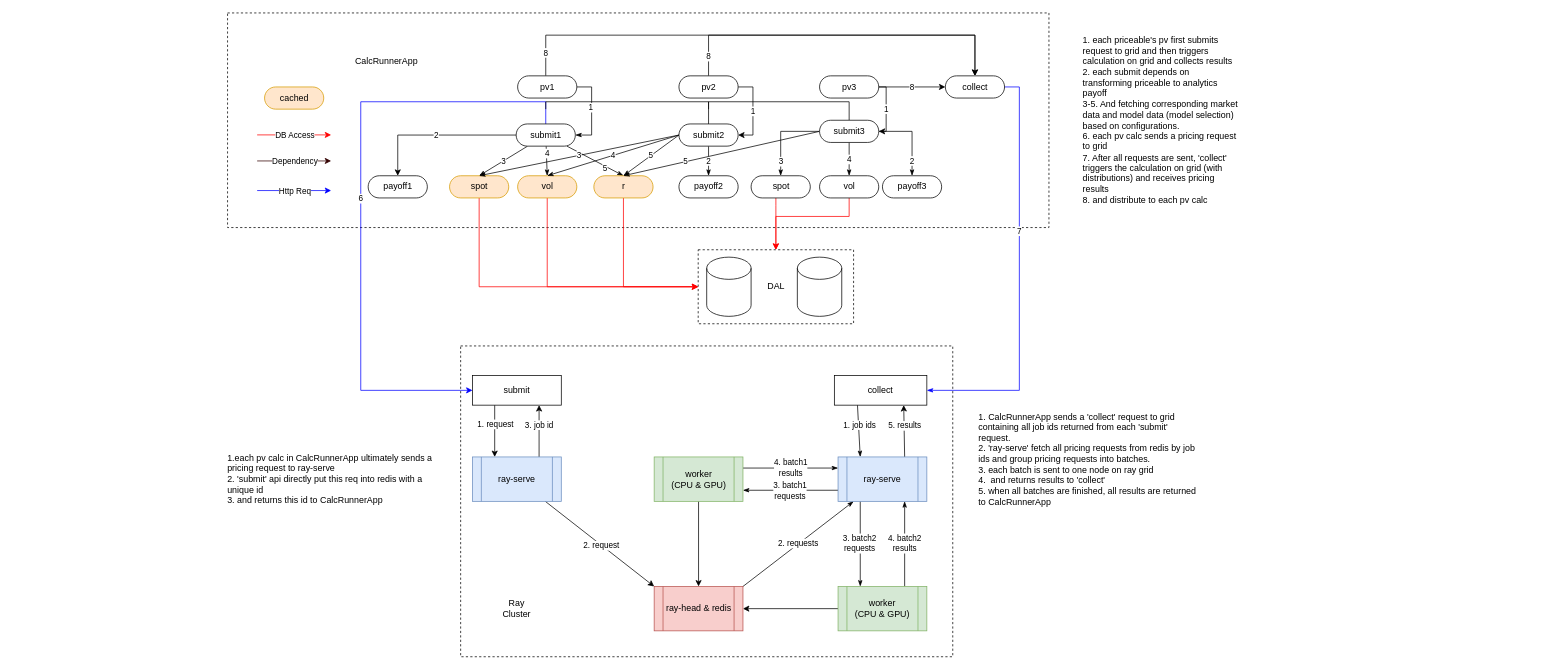
The draw.io diagram page "Copy of calc" (9 of 16) of quant-dev-platform.drawio in blshao84/VaRReportingSys, before the edit. Source tidied: cells renumbered, new cells numbered last; positions are measured from the earlier drawing's top-left corner, leaving out a move shared by most shapes. Both pictures are drawn from the tidied source at 74%, with x=0, y=0 at pixel (226, 13).
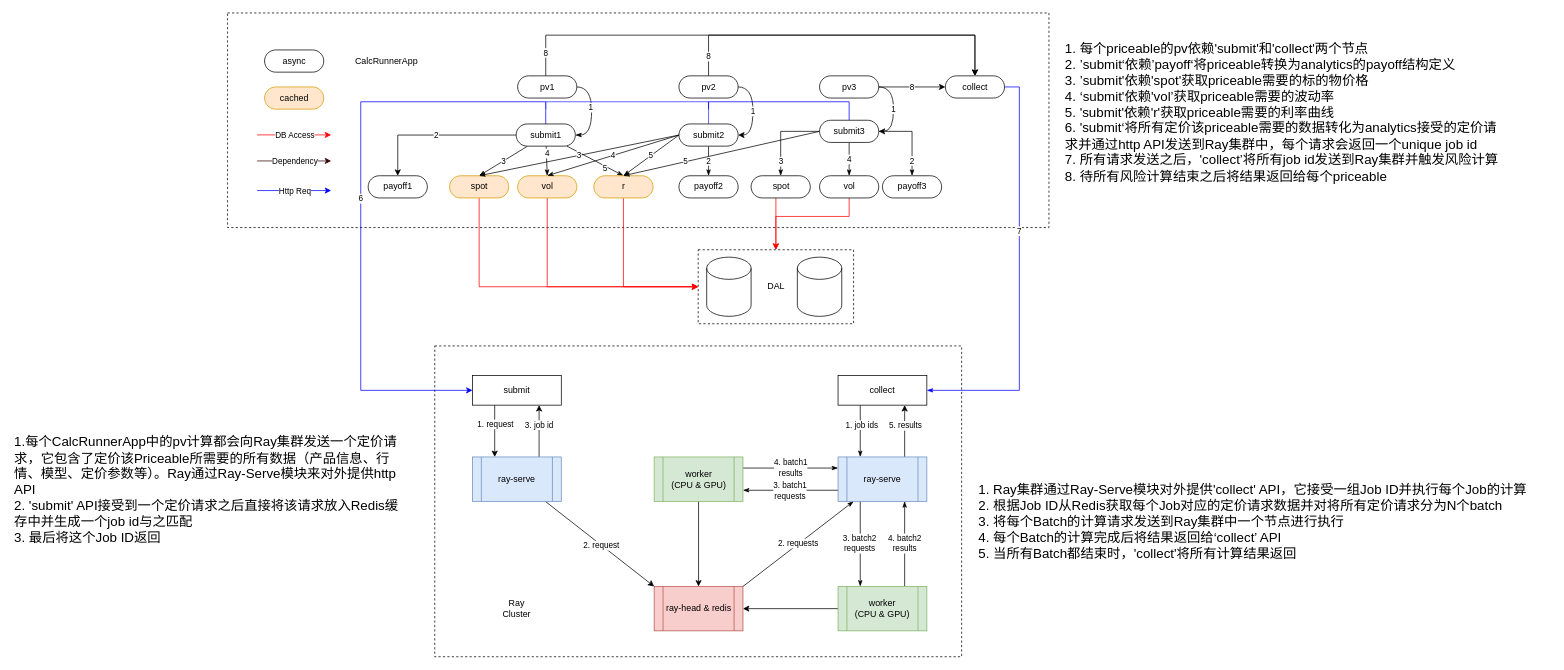
Above is the later version.

Unchanged cells that the change refers to:
```xml
<mxCell id="34" value="pv1" style="html=1;dashed=0;whitespace=wrap;shape=mxgraph.dfd.start;" parent="1" vertex="1">
  <mxGeometry x="394" y="85" width="80" height="30" as="geometry" />
</mxCell>
<mxCell id="42" value="submit1" style="html=1;dashed=0;whitespace=wrap;shape=mxgraph.dfd.start;" parent="1" vertex="1">
  <mxGeometry x="392" y="150" width="80" height="30" as="geometry" />
</mxCell>
<mxCell id="51" value="pv2" style="html=1;dashed=0;whitespace=wrap;shape=mxgraph.dfd.start;" parent="1" vertex="1">
  <mxGeometry x="612" y="85" width="80" height="30" as="geometry" />
</mxCell>
<mxCell id="57" value="submit2" style="html=1;dashed=0;whitespace=wrap;shape=mxgraph.dfd.start;" parent="1" vertex="1">
  <mxGeometry x="612" y="150" width="80" height="30" as="geometry" />
</mxCell>
<mxCell id="60" value="pv3" style="html=1;dashed=0;whitespace=wrap;shape=mxgraph.dfd.start;" parent="1" vertex="1">
  <mxGeometry x="802" y="85" width="80" height="30" as="geometry" />
</mxCell>
<mxCell id="66" value="submit3" style="html=1;dashed=0;whitespace=wrap;shape=mxgraph.dfd.start;" parent="1" vertex="1">
  <mxGeometry x="802" y="145" width="80" height="30" as="geometry" />
</mxCell>
```

The edit, as a diff of the source:
```diff
@@
     <mxCell id="3" style="html=1;dashed=1;whitespace=wrap;" parent="1" vertex="1">
-      <mxGeometry x="317" y="450" width="665" height="420" as="geometry" />
+      <mxGeometry x="282" y="450" width="712" height="420" as="geometry" />
     </mxCell>
@@
     <mxCell id="29" value="collect" style="rounded=0;whiteSpace=wrap;html=1;" parent="1" vertex="1">
-      <mxGeometry x="822" y="490" width="125" height="40" as="geometry" />
+      <mxGeometry x="827" y="490" width="120" height="40" as="geometry" />
     </mxCell>
@@
-    <mxCell id="31" style="edgeStyle=orthogonalEdgeStyle;rounded=0;jettySize=auto;html=1;entryX=1;entryY=0.5;entryDx=0;entryDy=0;entryPerimeter=0;startArrow=none;startFill=0;endArrow=classicThin;endFill=1;exitX=1;exitY=0.5;exitDx=0;exitDy=0;exitPerimeter=0;" parent="1" edge="1" source="34" target="42">
+    <mxCell id="31" style="edgeStyle=orthogonalEdgeStyle;rounded=0;jettySize=auto;html=1;entryX=1;entryY=0.5;entryDx=0;entryDy=0;entryPerimeter=0;startArrow=none;startFill=0;endArrow=classicThin;endFill=1;exitX=1;exitY=0.5;exitDx=0;exitDy=0;exitPerimeter=0;curved=1;" parent="1" edge="1" source="34" target="42">
       <mxGeometry relative="1" as="geometry" />
     </mxCell>
@@
-    <mxCell id="50" value="1" style="edgeStyle=orthogonalEdgeStyle;rounded=0;jettySize=auto;html=1;entryX=1;entryY=0.5;entryDx=0;entryDy=0;entryPerimeter=0;" parent="1" edge="1" source="51" target="57">
-      <mxGeometry relative="1" as="geometry">
-        <Array as="points">
-          <mxPoint x="712" y="100" />
-          <mxPoint x="712" y="165" />
-        </Array>
-      </mxGeometry>
+    <mxCell id="50" value="1" style="edgeStyle=orthogonalEdgeStyle;rounded=0;jettySize=auto;html=1;entryX=1;entryY=0.5;entryDx=0;entryDy=0;entryPerimeter=0;curved=1;exitX=1;exitY=0.5;exitDx=0;exitDy=0;exitPerimeter=0;" parent="1" edge="1" source="51" target="57">
+      <mxGeometry relative="1" as="geometry" />
     </mxCell>
@@
-    <mxCell id="56" style="edgeStyle=orthogonalEdgeStyle;rounded=0;jettySize=auto;html=1;endArrow=none;endFill=0;" parent="1" edge="1" source="57">
+    <mxCell id="56" style="edgeStyle=orthogonalEdgeStyle;rounded=0;jettySize=auto;html=1;endArrow=none;endFill=0;strokeColor=#3333FF;" parent="1" edge="1" source="57">
       <mxGeometry relative="1" as="geometry">
         <mxPoint x="432" y="130" as="targetPoint" />
         <Array as="points">
           <mxPoint x="652" y="120" />
           <mxPoint x="432" y="120" />
         </Array>
       </mxGeometry>
     </mxCell>
@@
-    <mxCell id="59" value="1" style="edgeStyle=orthogonalEdgeStyle;rounded=0;jettySize=auto;html=1;entryX=1;entryY=0.5;entryDx=0;entryDy=0;entryPerimeter=0;" parent="1" edge="1" source="60" target="66">
-      <mxGeometry relative="1" as="geometry">
-        <Array as="points">
-          <mxPoint x="892" y="100" />
-          <mxPoint x="892" y="160" />
-        </Array>
-      </mxGeometry>
+    <mxCell id="59" value="1" style="edgeStyle=orthogonalEdgeStyle;rounded=0;jettySize=auto;html=1;entryX=1;entryY=0.5;entryDx=0;entryDy=0;entryPerimeter=0;curved=1;exitX=1;exitY=0.5;exitDx=0;exitDy=0;exitPerimeter=0;" parent="1" edge="1" source="60" target="66">
+      <mxGeometry relative="1" as="geometry" />
     </mxCell>
@@
-    <mxCell id="65" style="edgeStyle=orthogonalEdgeStyle;rounded=0;jettySize=auto;html=1;endArrow=none;endFill=0;exitX=0.5;exitY=0.5;exitDx=0;exitDy=-15;exitPerimeter=0;" parent="1" edge="1" source="66">
+    <mxCell id="65" style="edgeStyle=orthogonalEdgeStyle;rounded=0;jettySize=auto;html=1;endArrow=none;endFill=0;exitX=0.5;exitY=0.5;exitDx=0;exitDy=-15;exitPerimeter=0;strokeColor=#0000FF;" parent="1" edge="1" source="66">
       <mxGeometry relative="1" as="geometry">
         <mxPoint x="652" y="130" as="targetPoint" />
         <Array as="points">
           <mxPoint x="842" y="120" />
           <mxPoint x="652" y="120" />
         </Array>
       </mxGeometry>
     </mxCell>
@@
-    <mxCell id="76" value="1. each priceable's pv first submits request to grid and then triggers calculation on grid and collects results&lt;br&gt;2. each submit depends on transforming priceable to analytics payoff &lt;br&gt;3-5. And fetching corresponding market data and model data (model selection) based on configurations.&amp;nbsp;&lt;br&gt;6. each pv calc sends a pricing request to grid&lt;br&gt;7. After all requests are sent, 'collect' triggers the calculation on grid (with distributions) and receives pricing results&amp;nbsp;&lt;br&gt;8. and distribute to each pv calc" style="text;html=1;strokeColor=none;fillColor=none;align=left;verticalAlign=middle;whiteSpace=wrap;rounded=0;" parent="1" vertex="1">
-      <mxGeometry x="1156" y="20" width="215" height="250" as="geometry" />
+    <mxCell id="76" value="&lt;font style=&quot;font-size: 18px&quot;&gt;1. 每个priceable的pv依赖'submit'和'collect'两个节点&lt;br&gt;2. ’submit‘依赖’payoff‘将priceable转换为analytics的payoff结构定义&lt;br&gt;3. ’submit'依赖'spot'获取priceable需要的标的物价格&lt;br&gt;4. ‘submit'依赖'vol’获取priceable需要的波动率&lt;br&gt;5. 'submit'依赖'r'获取priceable需要的利率曲线&lt;br&gt;6. 'submit‘将所有定价该priceable需要的数据转化为analytics接受的定价请求并通过http API发送到Ray集群中，每个请求会返回一个unique job id&lt;br&gt;7. 所有请求发送之后，'collect’将所有job id发送到Ray集群并触发风险计算&lt;br&gt;8. 待所有风险计算结束之后将结果返回给每个priceable&lt;/font&gt;" style="text;html=1;strokeColor=none;fillColor=none;align=left;verticalAlign=middle;whiteSpace=wrap;rounded=0;" parent="1" vertex="1">
+      <mxGeometry x="1132" y="20" width="596" height="230" as="geometry" />
     </mxCell>
-    <mxCell id="77" value="1. CalcRunnerApp sends a 'collect' request to grid containing all job ids returned from each 'submit' request.&amp;nbsp;&lt;br&gt;2. 'ray-serve' fetch all pricing requests from redis by job ids and group pricing requests into batches.&amp;nbsp;&lt;br&gt;3. each batch is sent to one node on ray grid&lt;br&gt;4.&amp;nbsp; and returns results to 'collect'&lt;br&gt;5. when all batches are finished, all results are returned to CalcRunnerApp" style="text;html=1;strokeColor=none;fillColor=none;align=left;verticalAlign=middle;whiteSpace=wrap;rounded=0;" parent="1" vertex="1">
-      <mxGeometry x="1015" y="525" width="297" height="155" as="geometry" />
+    <mxCell id="77" value="&lt;font style=&quot;font-size: 18px&quot;&gt;1. Ray集群通过Ray-Serve模块对外提供'collect' API，它接受一组Job ID并执行每个Job的计算&lt;br&gt;2. 根据Job ID从Redis获取每个Job对应的定价请求数据并对将所有定价请求分为N个batch&lt;br&gt;3. 将每个Batch的计算请求发送到Ray集群中一个节点进行执行&lt;br&gt;4. 每个Batch的计算完成后将结果返回给‘collect’ API&lt;br&gt;5. 当所有Batch都结束时，'collect'将所有计算结果返回&lt;/font&gt;" style="text;html=1;strokeColor=none;fillColor=none;align=left;verticalAlign=middle;whiteSpace=wrap;rounded=0;" parent="1" vertex="1">
+      <mxGeometry x="1015" y="610" width="777" height="155" as="geometry" />
     </mxCell>
-    <mxCell id="78" value="1.each pv calc in CalcRunnerApp ultimately sends a pricing request to ray-serve&lt;br&gt;2. 'submit' api directly put this req into redis with a unique id&lt;br&gt;3. and returns this id to CalcRunnerApp" style="text;html=1;strokeColor=none;fillColor=none;align=left;verticalAlign=middle;whiteSpace=wrap;rounded=0;" parent="1" vertex="1">
-      <mxGeometry y="585" width="297" height="90" as="geometry" />
+    <mxCell id="78" value="&lt;font style=&quot;font-size: 18px&quot;&gt;1.每个CalcRunnerApp中的pv计算都会向Ray集群发送一个定价请求，它包含了定价该Priceable所需要的所有数据（产品信息、行情、模型、定价参数等）。Ray通过Ray-Serve模块来对外提供http API&lt;br&gt;2. 'submit' API接受到一个定价请求之后直接将该请求放入Redis缓存中并生成一个job id与之匹配&lt;br&gt;3. 最后将这个Job ID返回&lt;/font&gt;" style="text;html=1;strokeColor=none;fillColor=none;align=left;verticalAlign=middle;whiteSpace=wrap;rounded=0;" parent="1" vertex="1">
+      <mxGeometry x="-288" y="540" width="525" height="210" as="geometry" />
     </mxCell>
@@
+    <mxCell id="89" value="async" style="html=1;dashed=0;whitespace=wrap;shape=mxgraph.dfd.start;" parent="1" vertex="1">
+      <mxGeometry x="52" y="50" width="80" height="30" as="geometry" />
+    </mxCell>
```
